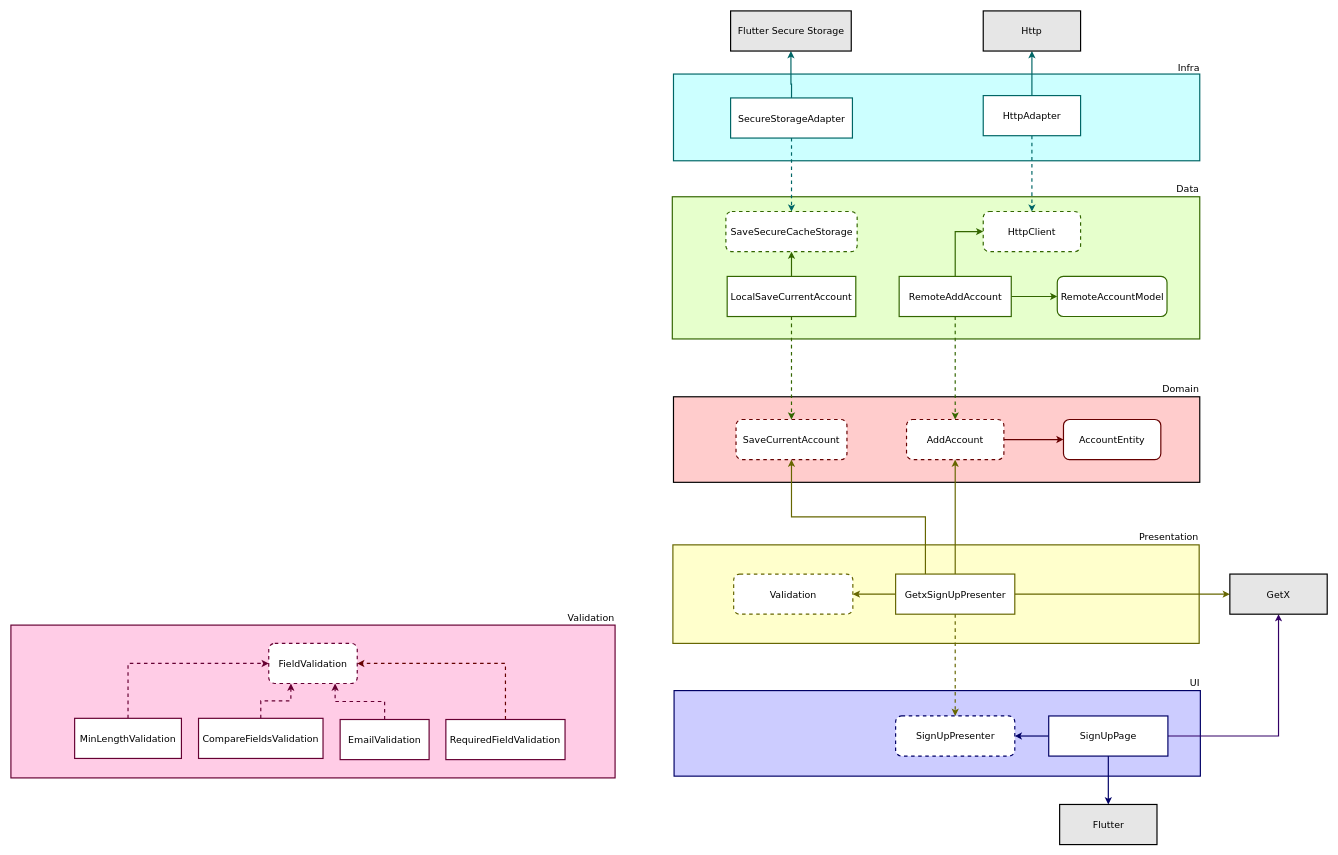
The draw.io diagram page "SignUp" (3 of 7) of diagrama.drawio in gaiveknopf/flutter_clean_code, before the edit. Source tidied: cells renumbered, new cells numbered last; positions are measured from the earlier drawing's top-left corner, leaving out a move shared by most shapes. Both pictures are drawn from the tidied source at 59%, with x=0, y=0 at pixel (11, 11).
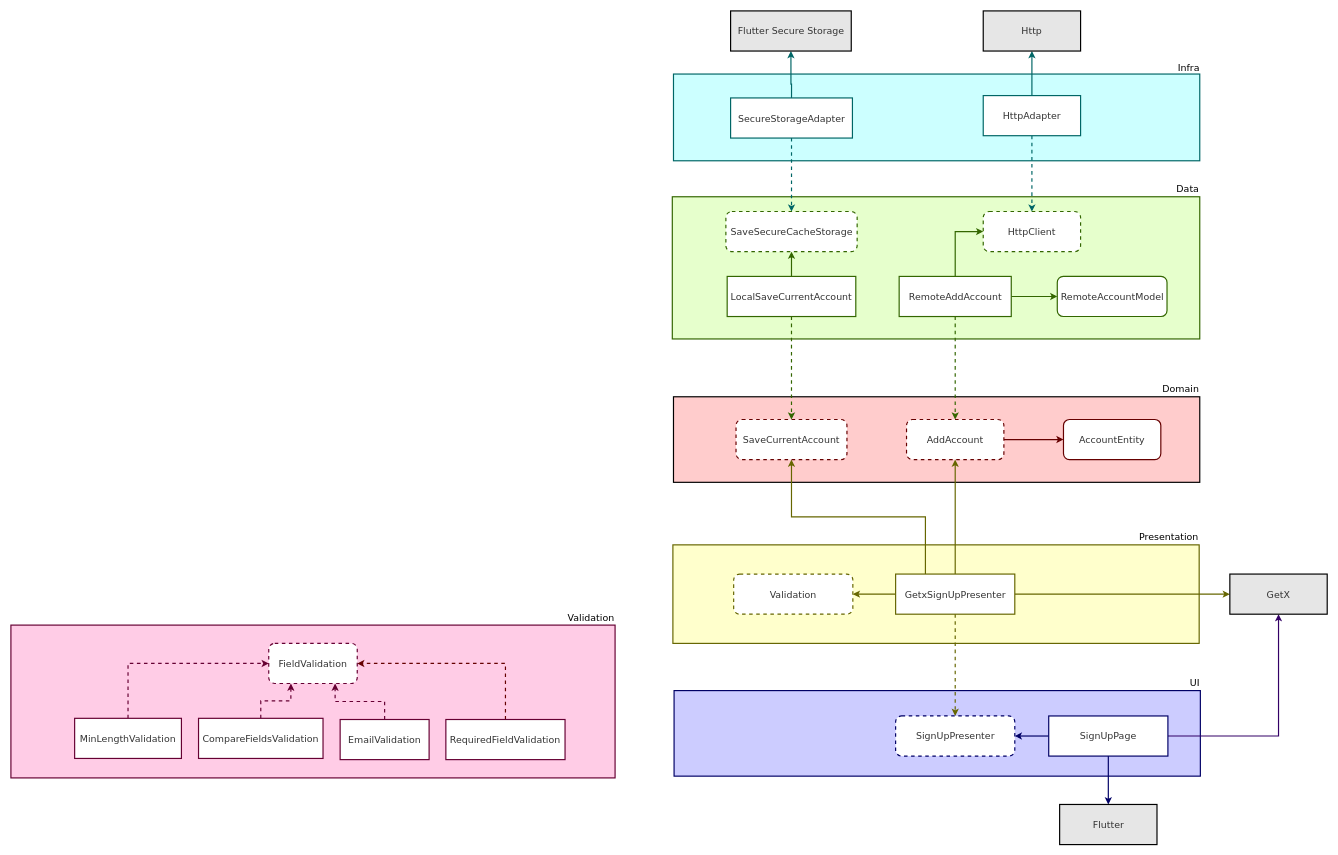
After the change.

Commit message (it also covers changes not shown here):
ensure RemoteAddAccount call HttpClient with correct values

The edit, as a diff of the source:
```diff
@@
-    <mxCell id="4" value="AddAccount" style="rounded=1;whiteSpace=wrap;html=1;shadow=0;strokeWidth=2;fillColor=#FFFFFF;fontFamily=Verdana;fontSize=16;align=center;dashed=1;strokeColor=#660000;sketch=0;" parent="1" vertex="1">
+    <mxCell id="4" value="AddAccount" style="rounded=1;whiteSpace=wrap;html=1;shadow=0;strokeWidth=2;fillColor=#FFFFFF;fontFamily=Verdana;fontSize=16;align=center;dashed=1;strokeColor=#660000;sketch=0;fontColor=#333333;" parent="1" vertex="1">
       <mxGeometry x="1518" y="692.5" width="165" height="68" as="geometry" />
     </mxCell>
@@
-    <mxCell id="6" value="AccountEntity" style="rounded=1;whiteSpace=wrap;html=1;shadow=0;strokeWidth=2;fillColor=#FFFFFF;fontFamily=Verdana;fontSize=16;align=center;strokeColor=#660000;sketch=0;" parent="1" vertex="1">
+    <mxCell id="6" value="AccountEntity" style="rounded=1;whiteSpace=wrap;html=1;shadow=0;strokeWidth=2;fillColor=#FFFFFF;fontFamily=Verdana;fontSize=16;align=center;strokeColor=#660000;sketch=0;fontColor=#333333;" parent="1" vertex="1">
       <mxGeometry x="1784" y="692.5" width="165" height="68" as="geometry" />
     </mxCell>
@@
-    <mxCell id="11" value="RemoteAddAccount" style="rounded=0;whiteSpace=wrap;html=1;shadow=0;strokeWidth=2;fillColor=#FFFFFF;fontFamily=Verdana;fontSize=16;align=center;strokeColor=#336600;sketch=0;" parent="1" vertex="1">
+    <mxCell id="11" value="RemoteAddAccount" style="rounded=0;whiteSpace=wrap;html=1;shadow=0;strokeWidth=2;fillColor=#FFFFFF;fontFamily=Verdana;fontSize=16;align=center;strokeColor=#336600;sketch=0;fontColor=#333333;" parent="1" vertex="1">
       <mxGeometry x="1505.5" y="450" width="190" height="68" as="geometry" />
     </mxCell>
@@
-    <mxCell id="13" value="HttpClient" style="rounded=1;whiteSpace=wrap;html=1;shadow=0;strokeWidth=2;fillColor=#FFFFFF;fontFamily=Verdana;fontSize=16;align=center;dashed=1;strokeColor=#336600;sketch=0;" parent="1" vertex="1">
+    <mxCell id="13" value="HttpClient" style="rounded=1;whiteSpace=wrap;html=1;shadow=0;strokeWidth=2;fillColor=#FFFFFF;fontFamily=Verdana;fontSize=16;align=center;dashed=1;strokeColor=#336600;sketch=0;fontColor=#333333;" parent="1" vertex="1">
       <mxGeometry x="1648" y="340" width="165" height="68" as="geometry" />
     </mxCell>
-    <mxCell id="14" value="RemoteAccountModel" style="rounded=1;whiteSpace=wrap;html=1;shadow=0;strokeWidth=2;fillColor=#FFFFFF;fontFamily=Verdana;fontSize=16;align=center;strokeColor=#336600;sketch=0;" parent="1" vertex="1">
+    <mxCell id="14" value="RemoteAccountModel" style="rounded=1;whiteSpace=wrap;html=1;shadow=0;strokeWidth=2;fillColor=#FFFFFF;fontFamily=Verdana;fontSize=16;align=center;strokeColor=#336600;sketch=0;fontColor=#333333;" parent="1" vertex="1">
       <mxGeometry x="1773.5" y="450" width="186" height="68" as="geometry" />
     </mxCell>
@@
-    <mxCell id="19" value="HttpAdapter" style="rounded=0;whiteSpace=wrap;html=1;shadow=0;strokeWidth=2;fillColor=#FFFFFF;fontFamily=Verdana;fontSize=16;align=center;strokeColor=#006666;sketch=0;" parent="1" vertex="1">
+    <mxCell id="19" value="HttpAdapter" style="rounded=0;whiteSpace=wrap;html=1;shadow=0;strokeWidth=2;fillColor=#FFFFFF;fontFamily=Verdana;fontSize=16;align=center;strokeColor=#006666;sketch=0;fontColor=#333333;" parent="1" vertex="1">
       <mxGeometry x="1648" y="143.5" width="165" height="68" as="geometry" />
     </mxCell>
-    <mxCell id="20" value="Http" style="rounded=0;whiteSpace=wrap;html=1;shadow=0;strokeWidth=2;fontFamily=Verdana;fontSize=16;align=center;fillColor=#E6E6E6;sketch=0;" parent="1" vertex="1">
+    <mxCell id="20" value="Http" style="rounded=0;whiteSpace=wrap;html=1;shadow=0;strokeWidth=2;fontFamily=Verdana;fontSize=16;align=center;fillColor=#E6E6E6;sketch=0;fontColor=#333333;" parent="1" vertex="1">
       <mxGeometry x="1648" width="165" height="68" as="geometry" />
     </mxCell>
@@
-    <mxCell id="27" value="GetxSignUpPresenter" style="rounded=0;whiteSpace=wrap;html=1;shadow=0;strokeWidth=2;fillColor=#FFFFFF;fontFamily=Verdana;fontSize=16;align=center;strokeColor=#666600;sketch=0;" parent="1" vertex="1">
+    <mxCell id="27" value="GetxSignUpPresenter" style="rounded=0;whiteSpace=wrap;html=1;shadow=0;strokeWidth=2;fillColor=#FFFFFF;fontFamily=Verdana;fontSize=16;align=center;strokeColor=#666600;sketch=0;fontColor=#333333;" parent="1" vertex="1">
       <mxGeometry x="1499.5" y="954.5" width="202" height="68" as="geometry" />
     </mxCell>
@@
-    <mxCell id="31" value="EmailValidation" style="rounded=0;whiteSpace=wrap;html=1;shadow=0;strokeWidth=2;fillColor=#FFFFFF;fontFamily=Verdana;fontSize=16;align=center;strokeColor=#660033;sketch=0;" parent="1" vertex="1">
+    <mxCell id="31" value="EmailValidation" style="rounded=0;whiteSpace=wrap;html=1;shadow=0;strokeWidth=2;fillColor=#FFFFFF;fontFamily=Verdana;fontSize=16;align=center;strokeColor=#660033;sketch=0;fontColor=#333333;" parent="1" vertex="1">
       <mxGeometry x="558" y="1201" width="150.8" height="68" as="geometry" />
     </mxCell>
-    <mxCell id="32" value="Validation" style="rounded=1;whiteSpace=wrap;html=1;shadow=0;strokeWidth=2;fillColor=#FFFFFF;fontFamily=Verdana;fontSize=16;align=center;strokeColor=#666600;dashed=1;sketch=0;" parent="1" vertex="1">
+    <mxCell id="32" value="Validation" style="rounded=1;whiteSpace=wrap;html=1;shadow=0;strokeWidth=2;fillColor=#FFFFFF;fontFamily=Verdana;fontSize=16;align=center;strokeColor=#666600;dashed=1;sketch=0;fontColor=#333333;" parent="1" vertex="1">
       <mxGeometry x="1225" y="954.5" width="202" height="68" as="geometry" />
     </mxCell>
@@
-    <mxCell id="38" value="SignUpPage" style="rounded=0;whiteSpace=wrap;html=1;shadow=0;strokeWidth=2;fillColor=#FFFFFF;fontFamily=Verdana;fontSize=16;align=center;strokeColor=#000066;sketch=0;" parent="1" vertex="1">
+    <mxCell id="38" value="SignUpPage" style="rounded=0;whiteSpace=wrap;html=1;shadow=0;strokeWidth=2;fillColor=#FFFFFF;fontFamily=Verdana;fontSize=16;align=center;strokeColor=#000066;sketch=0;fontColor=#333333;" parent="1" vertex="1">
       <mxGeometry x="1759" y="1195" width="202" height="68" as="geometry" />
     </mxCell>
-    <mxCell id="39" value="Flutter" style="rounded=0;whiteSpace=wrap;html=1;shadow=0;strokeWidth=2;fontFamily=Verdana;fontSize=16;align=center;fillColor=#E6E6E6;sketch=0;" parent="1" vertex="1">
+    <mxCell id="39" value="Flutter" style="rounded=0;whiteSpace=wrap;html=1;shadow=0;strokeWidth=2;fontFamily=Verdana;fontSize=16;align=center;fillColor=#E6E6E6;sketch=0;fontColor=#333333;" parent="1" vertex="1">
       <mxGeometry x="1777.5" y="1345" width="165" height="68" as="geometry" />
     </mxCell>
@@
-    <mxCell id="41" value="RequiredFieldValidation" style="rounded=0;whiteSpace=wrap;html=1;shadow=0;strokeWidth=2;fillColor=#FFFFFF;fontFamily=Verdana;fontSize=16;align=center;strokeColor=#660033;sketch=0;" parent="1" vertex="1">
+    <mxCell id="41" value="RequiredFieldValidation" style="rounded=0;whiteSpace=wrap;html=1;shadow=0;strokeWidth=2;fillColor=#FFFFFF;fontFamily=Verdana;fontSize=16;align=center;strokeColor=#660033;sketch=0;fontColor=#333333;" parent="1" vertex="1">
       <mxGeometry x="737.2" y="1201" width="202" height="68" as="geometry" />
     </mxCell>
-    <mxCell id="42" value="SignUpPresenter" style="rounded=1;whiteSpace=wrap;html=1;shadow=0;strokeWidth=2;fillColor=#FFFFFF;fontFamily=Verdana;fontSize=16;align=center;strokeColor=#000066;dashed=1;sketch=0;" parent="1" vertex="1">
+    <mxCell id="42" value="SignUpPresenter" style="rounded=1;whiteSpace=wrap;html=1;shadow=0;strokeWidth=2;fillColor=#FFFFFF;fontFamily=Verdana;fontSize=16;align=center;strokeColor=#000066;dashed=1;sketch=0;fontColor=#333333;" parent="1" vertex="1">
       <mxGeometry x="1499.5" y="1195" width="202" height="68" as="geometry" />
     </mxCell>
@@
-    <mxCell id="44" value="FieldValidation" style="rounded=1;whiteSpace=wrap;html=1;shadow=0;strokeWidth=2;fillColor=#FFFFFF;fontFamily=Verdana;fontSize=16;align=center;strokeColor=#660033;dashed=1;sketch=0;" parent="1" vertex="1">
+    <mxCell id="44" value="FieldValidation" style="rounded=1;whiteSpace=wrap;html=1;shadow=0;strokeWidth=2;fillColor=#FFFFFF;fontFamily=Verdana;fontSize=16;align=center;strokeColor=#660033;dashed=1;sketch=0;fontColor=#333333;" parent="1" vertex="1">
       <mxGeometry x="437" y="1072" width="150" height="68" as="geometry" />
     </mxCell>
-    <mxCell id="45" value="SaveCurrentAccount" style="rounded=1;whiteSpace=wrap;html=1;shadow=0;strokeWidth=2;fillColor=#FFFFFF;fontFamily=Verdana;fontSize=16;align=center;dashed=1;strokeColor=#660000;sketch=0;" parent="1" vertex="1">
+    <mxCell id="45" value="SaveCurrentAccount" style="rounded=1;whiteSpace=wrap;html=1;shadow=0;strokeWidth=2;fillColor=#FFFFFF;fontFamily=Verdana;fontSize=16;align=center;dashed=1;strokeColor=#660000;sketch=0;fontColor=#333333;" parent="1" vertex="1">
       <mxGeometry x="1229" y="692.5" width="188" height="68" as="geometry" />
     </mxCell>
@@
-    <mxCell id="48" value="LocalSaveCurrentAccount" style="rounded=0;whiteSpace=wrap;html=1;shadow=0;strokeWidth=2;fillColor=#FFFFFF;fontFamily=Verdana;fontSize=16;align=center;strokeColor=#336600;sketch=0;" parent="1" vertex="1">
+    <mxCell id="48" value="LocalSaveCurrentAccount" style="rounded=0;whiteSpace=wrap;html=1;shadow=0;strokeWidth=2;fillColor=#FFFFFF;fontFamily=Verdana;fontSize=16;align=center;strokeColor=#336600;sketch=0;fontColor=#333333;" parent="1" vertex="1">
       <mxGeometry x="1214" y="450" width="218" height="68" as="geometry" />
     </mxCell>
@@
-    <mxCell id="51" value="SecureStorageAdapter" style="rounded=0;whiteSpace=wrap;html=1;shadow=0;strokeWidth=2;fillColor=#FFFFFF;fontFamily=Verdana;fontSize=16;align=center;strokeColor=#006666;sketch=0;" parent="1" vertex="1">
+    <mxCell id="51" value="SecureStorageAdapter" style="rounded=0;whiteSpace=wrap;html=1;shadow=0;strokeWidth=2;fillColor=#FFFFFF;fontFamily=Verdana;fontSize=16;align=center;strokeColor=#006666;sketch=0;fontColor=#333333;" parent="1" vertex="1">
       <mxGeometry x="1219.8" y="147.5" width="206.5" height="68" as="geometry" />
     </mxCell>
-    <mxCell id="52" value="Flutter Secure Storage" style="rounded=0;whiteSpace=wrap;html=1;shadow=0;strokeWidth=2;fontFamily=Verdana;fontSize=16;align=center;fillColor=#E6E6E6;sketch=0;" parent="1" vertex="1">
+    <mxCell id="52" value="Flutter Secure Storage" style="rounded=0;whiteSpace=wrap;html=1;shadow=0;strokeWidth=2;fontFamily=Verdana;fontSize=16;align=center;fillColor=#E6E6E6;sketch=0;fontColor=#333333;" parent="1" vertex="1">
       <mxGeometry x="1219.8" width="204.5" height="68" as="geometry" />
     </mxCell>
-    <mxCell id="53" value="SaveSecureCacheStorage" style="rounded=1;whiteSpace=wrap;html=1;shadow=0;strokeWidth=2;fillColor=#FFFFFF;fontFamily=Verdana;fontSize=16;align=center;dashed=1;strokeColor=#336600;sketch=0;" parent="1" vertex="1">
+    <mxCell id="53" value="SaveSecureCacheStorage" style="rounded=1;whiteSpace=wrap;html=1;shadow=0;strokeWidth=2;fillColor=#FFFFFF;fontFamily=Verdana;fontSize=16;align=center;dashed=1;strokeColor=#336600;sketch=0;fontColor=#333333;" parent="1" vertex="1">
       <mxGeometry x="1211.8" y="340" width="222.5" height="68" as="geometry" />
     </mxCell>
-    <mxCell id="54" value="GetX" style="rounded=0;whiteSpace=wrap;html=1;shadow=0;strokeWidth=2;fontFamily=Verdana;fontSize=16;align=center;fillColor=#E6E6E6;sketch=0;" parent="1" vertex="1">
+    <mxCell id="54" value="GetX" style="rounded=0;whiteSpace=wrap;html=1;shadow=0;strokeWidth=2;fontFamily=Verdana;fontSize=16;align=center;fillColor=#E6E6E6;sketch=0;fontColor=#333333;" parent="1" vertex="1">
       <mxGeometry x="2066" y="954.5" width="165" height="68" as="geometry" />
     </mxCell>
@@
-    <mxCell id="56" value="CompareFieldsValidation" style="rounded=0;whiteSpace=wrap;html=1;shadow=0;strokeWidth=2;fillColor=#FFFFFF;fontFamily=Verdana;fontSize=16;align=center;strokeColor=#660033;sketch=0;" parent="1" vertex="1">
+    <mxCell id="56" value="CompareFieldsValidation" style="rounded=0;whiteSpace=wrap;html=1;shadow=0;strokeWidth=2;fillColor=#FFFFFF;fontFamily=Verdana;fontSize=16;align=center;strokeColor=#660033;sketch=0;fontColor=#333333;" parent="1" vertex="1">
       <mxGeometry x="318" y="1199" width="211" height="68" as="geometry" />
     </mxCell>
@@
-    <mxCell id="58" value="MinLengthValidation" style="rounded=0;whiteSpace=wrap;html=1;shadow=0;strokeWidth=2;fillColor=#FFFFFF;fontFamily=Verdana;fontSize=16;align=center;strokeColor=#660033;sketch=0;" parent="1" vertex="1">
+    <mxCell id="58" value="MinLengthValidation" style="rounded=0;whiteSpace=wrap;html=1;shadow=0;strokeWidth=2;fillColor=#FFFFFF;fontFamily=Verdana;fontSize=16;align=center;strokeColor=#660033;sketch=0;fontColor=#333333;" parent="1" vertex="1">
       <mxGeometry x="108" y="1199" width="181" height="68" as="geometry" />
     </mxCell>
```
